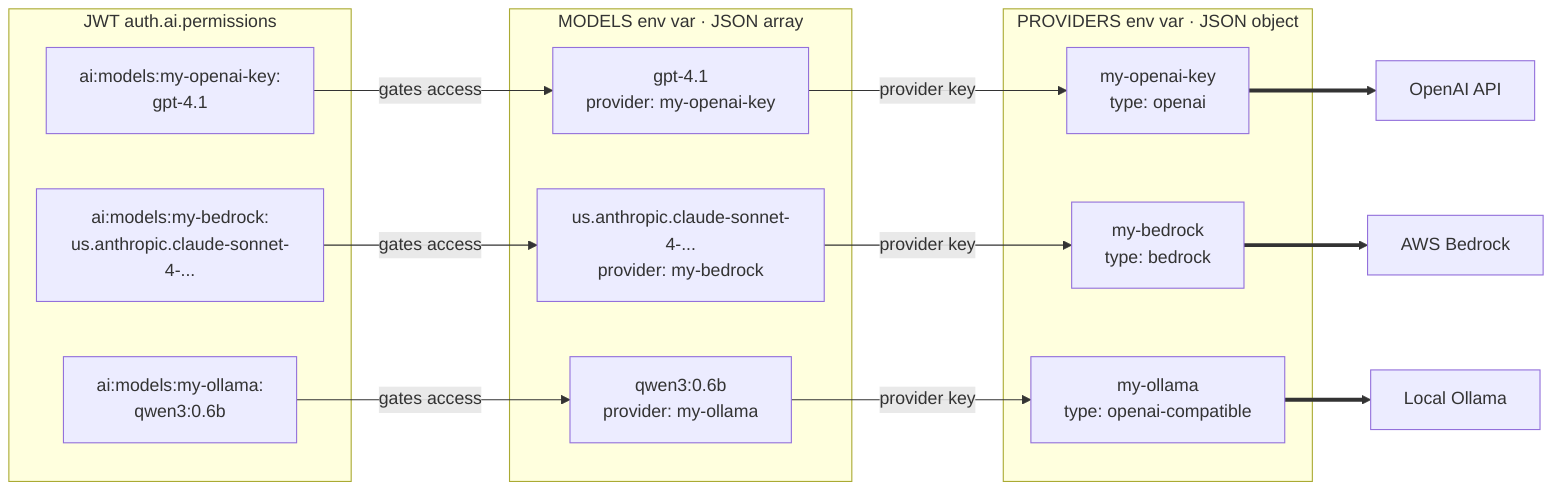
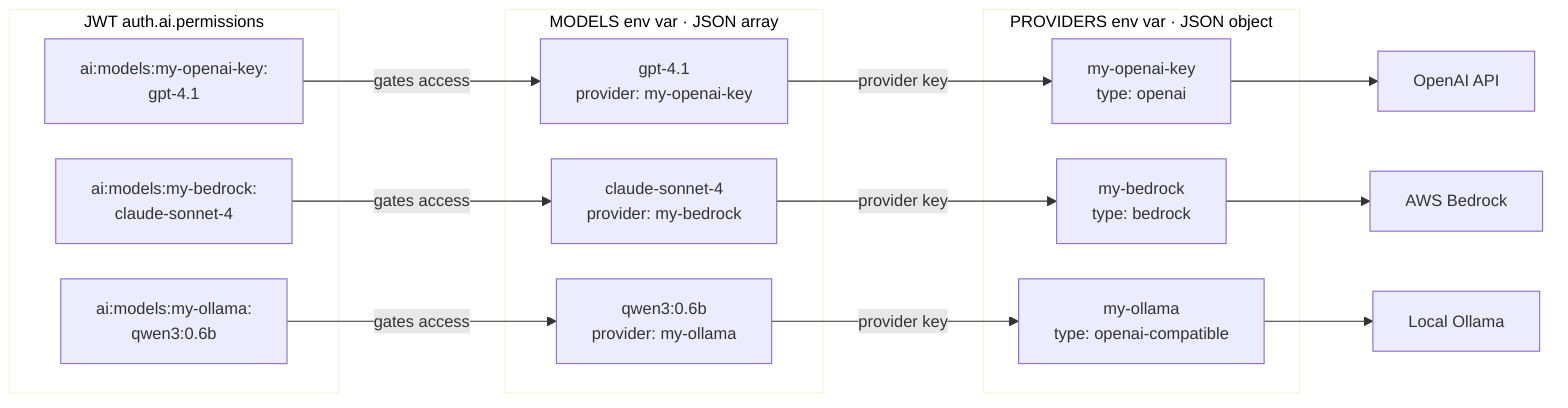
+ %%{init: {'theme': 'base', 'themeVariables': { 'primaryColor': '#ECECFF', 'primaryBorderColor': '#9370DB', 'lineColor': '#333333', 'edgeLabelBackground': '#e8e8e8', 'fontSize': '14px' }, 'flowchart': { 'nodeSpacing': 30, 'rankSpacing': 60, 'wrappingWidth': 200 }}}%%
flowchart LR
    subgraph JWT["JWT auth.ai.permissions"]
-         K1["ai:models:my-openai-key:<br>gpt-4.1"]
-         K2["ai:models:my-bedrock:<br>us.anthropic.claude-sonnet-4-..."]
-         K3["ai:models:my-ollama:<br>qwen3:0.6b"]
+         K1["ai:models:my-openai-key:\ngpt-4.1"]
+         K2["ai:models:my-bedrock:\nclaude-sonnet-4"]
+         K3["ai:models:my-ollama:\nqwen3:0.6b"]
    end

    subgraph MD["MODELS env var · JSON array"]
-         M1["gpt-4.1<br>provider: my-openai-key"]
-         M2["us.anthropic.claude-sonnet-4-...<br>provider: my-bedrock"]
-         M3["qwen3:0.6b<br>provider: my-ollama"]
+         M1["gpt-4.1\nprovider: my-openai-key"]
+         M2["claude-sonnet-4\nprovider: my-bedrock"]
+         M3["qwen3:0.6b\nprovider: my-ollama"]
    end

    subgraph PR["PROVIDERS env var · JSON object"]
-         P1["my-openai-key<br>type: openai"]
-         P2["my-bedrock<br>type: bedrock"]
-         P3["my-ollama<br>type: openai-compatible"]
+         P1["my-openai-key\ntype: openai"]
+         P2["my-bedrock\ntype: bedrock"]
+         P3["my-ollama\ntype: openai-compatible"]
    end

    K1 -->|"gates access"| M1
    K2 -->|"gates access"| M2
    K3 -->|"gates access"| M3

    M1 -->|"provider key"| P1
    M2 -->|"provider key"| P2
    M3 -->|"provider key"| P3

-     P1 ==> LLM1["OpenAI API"]
-     P2 ==> LLM2["AWS Bedrock"]
-     P3 ==> LLM3["Local Ollama"]
+     P1 --> LLM1["OpenAI API"]
+     P2 --> LLM2["AWS Bedrock"]
+     P3 --> LLM3["Local Ollama"]
